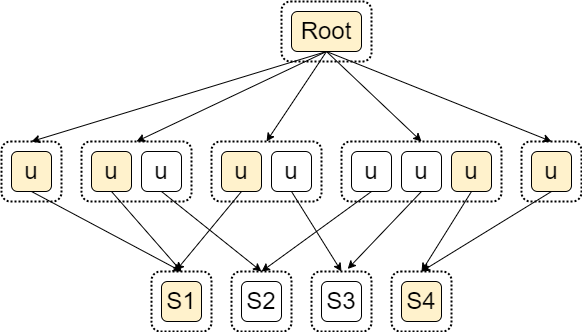
Before: blog/img/egraph-extraction.png, a diagram exported from draw.io (yihozhang/yihozhang.github.io). Source tidied: cells renumbered, new cells last; positions are measured from the earlier drawing's top-left corner, leaving out a move shared by most shapes.
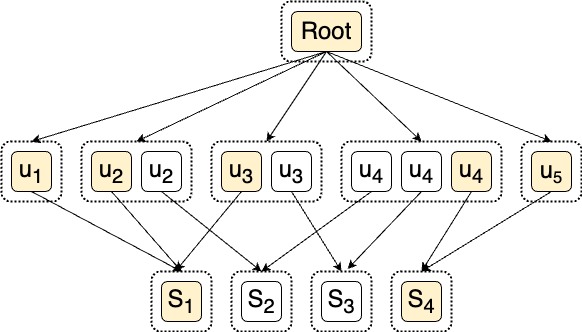
The same diagram one commit later.

Diff of the diagram source:
```diff
@@ -5,25 +5,25 @@
     <mxCell id="2" style="rounded=1;whiteSpace=wrap;html=1;fillColor=none;dashed=1;dashPattern=1 1;strokeWidth=2;" parent="1" vertex="1">
       <mxGeometry x="150" y="270" width="60" height="60" as="geometry" />
     </mxCell>
-    <mxCell id="3" value="S1" style="rounded=1;whiteSpace=wrap;html=1;fontSize=24;verticalAlign=middle;fillColor=#FFF2CC;" parent="1" vertex="1">
+    <mxCell id="3" value="S&lt;sub&gt;1&lt;/sub&gt;" style="rounded=1;whiteSpace=wrap;html=1;fontSize=24;verticalAlign=middle;fillColor=#FFF2CC;" parent="1" vertex="1">
       <mxGeometry x="160" y="280" width="40" height="40" as="geometry" />
     </mxCell>
     <mxCell id="4" style="rounded=1;whiteSpace=wrap;html=1;fillColor=none;dashed=1;dashPattern=1 1;strokeWidth=2;" parent="1" vertex="1">
       <mxGeometry x="230" y="270" width="60" height="60" as="geometry" />
     </mxCell>
-    <mxCell id="5" value="S2" style="rounded=1;whiteSpace=wrap;html=1;fontSize=24;verticalAlign=middle;" parent="1" vertex="1">
+    <mxCell id="5" value="S&lt;sub&gt;2&lt;/sub&gt;" style="rounded=1;whiteSpace=wrap;html=1;fontSize=24;verticalAlign=middle;" parent="1" vertex="1">
       <mxGeometry x="240" y="280" width="40" height="40" as="geometry" />
     </mxCell>
     <mxCell id="6" style="rounded=1;whiteSpace=wrap;html=1;fillColor=none;dashed=1;dashPattern=1 1;strokeWidth=2;" parent="1" vertex="1">
       <mxGeometry x="310" y="270" width="60" height="60" as="geometry" />
     </mxCell>
-    <mxCell id="7" value="S3" style="rounded=1;whiteSpace=wrap;html=1;fontSize=24;verticalAlign=middle;" parent="1" vertex="1">
+    <mxCell id="7" value="S&lt;sub&gt;3&lt;/sub&gt;" style="rounded=1;whiteSpace=wrap;html=1;fontSize=24;verticalAlign=middle;" parent="1" vertex="1">
       <mxGeometry x="320" y="280" width="40" height="40" as="geometry" />
     </mxCell>
     <mxCell id="8" style="rounded=1;whiteSpace=wrap;html=1;fillColor=none;dashed=1;dashPattern=1 1;strokeWidth=2;" parent="1" vertex="1">
       <mxGeometry x="390" y="270" width="60" height="60" as="geometry" />
     </mxCell>
-    <mxCell id="9" value="S4" style="rounded=1;whiteSpace=wrap;html=1;fontSize=24;verticalAlign=middle;fillColor=#FFF2CC;" parent="1" vertex="1">
+    <mxCell id="9" value="S&lt;sub&gt;4&lt;/sub&gt;" style="rounded=1;whiteSpace=wrap;html=1;fontSize=24;verticalAlign=middle;fillColor=#FFF2CC;" parent="1" vertex="1">
       <mxGeometry x="400" y="280" width="40" height="40" as="geometry" />
     </mxCell>
     <mxCell id="10" style="rounded=1;whiteSpace=wrap;html=1;fillColor=none;dashed=1;dashPattern=1 1;strokeWidth=2;" parent="1" vertex="1">
@@ -32,7 +32,7 @@
     <mxCell id="11" style="rounded=0;jettySize=auto;html=1;exitX=0.5;exitY=1;exitDx=0;exitDy=0;entryX=0.5;entryY=0;entryDx=0;entryDy=0;" parent="1" edge="1" source="12" target="2">
       <mxGeometry relative="1" as="geometry" />
     </mxCell>
-    <mxCell id="12" value="u" style="rounded=1;whiteSpace=wrap;html=1;fontSize=24;verticalAlign=middle;fillColor=#FFF2CC;" parent="1" vertex="1">
+    <mxCell id="12" value="u&lt;sub&gt;1&lt;/sub&gt;" style="rounded=1;whiteSpace=wrap;html=1;fontSize=24;verticalAlign=middle;fillColor=#FFF2CC;" parent="1" vertex="1">
       <mxGeometry x="10" y="150" width="40" height="40" as="geometry" />
     </mxCell>
     <mxCell id="13" style="rounded=1;whiteSpace=wrap;html=1;fillColor=none;dashed=1;dashPattern=1 1;strokeWidth=2;" parent="1" vertex="1">
@@ -41,7 +41,7 @@
     <mxCell id="14" style="rounded=0;jettySize=auto;html=1;exitX=0.5;exitY=1;exitDx=0;exitDy=0;entryX=0.5;entryY=0;entryDx=0;entryDy=0;" parent="1" edge="1" source="15" target="2">
       <mxGeometry relative="1" as="geometry" />
     </mxCell>
-    <mxCell id="15" value="u" style="rounded=1;whiteSpace=wrap;html=1;fontSize=24;verticalAlign=middle;fillColor=#FFF2CC;" parent="1" vertex="1">
+    <mxCell id="15" value="u&lt;sub&gt;2&lt;/sub&gt;" style="rounded=1;whiteSpace=wrap;html=1;fontSize=24;verticalAlign=middle;fillColor=#FFF2CC;" parent="1" vertex="1">
       <mxGeometry x="90" y="150" width="40" height="40" as="geometry" />
     </mxCell>
     <mxCell id="16" style="rounded=1;whiteSpace=wrap;html=1;fillColor=none;dashed=1;dashPattern=1 1;strokeWidth=2;" parent="1" vertex="1">
@@ -50,7 +50,7 @@
     <mxCell id="17" style="rounded=0;jettySize=auto;html=1;exitX=0.5;exitY=1;exitDx=0;exitDy=0;entryX=0.408;entryY=-0.014;entryDx=0;entryDy=0;entryPerimeter=0;" parent="1" edge="1" source="18" target="2">
       <mxGeometry relative="1" as="geometry" />
     </mxCell>
-    <mxCell id="18" value="u" style="rounded=1;whiteSpace=wrap;html=1;fontSize=24;verticalAlign=middle;fillColor=#FFF2CC;" parent="1" vertex="1">
+    <mxCell id="18" value="u&lt;sub&gt;3&lt;/sub&gt;" style="rounded=1;whiteSpace=wrap;html=1;fontSize=24;verticalAlign=middle;fillColor=#FFF2CC;" parent="1" vertex="1">
       <mxGeometry x="220" y="150" width="40" height="40" as="geometry" />
     </mxCell>
     <mxCell id="19" style="rounded=1;whiteSpace=wrap;html=1;fillColor=none;dashed=1;dashPattern=1 1;strokeWidth=2;" parent="1" vertex="1">
@@ -59,7 +59,7 @@
     <mxCell id="20" style="edgeStyle=none;rounded=0;jettySize=auto;html=1;exitX=0.5;exitY=1;exitDx=0;exitDy=0;entryX=0.5;entryY=0;entryDx=0;entryDy=0;" parent="1" edge="1" source="21" target="4">
       <mxGeometry relative="1" as="geometry" />
     </mxCell>
-    <mxCell id="21" value="u" style="rounded=1;whiteSpace=wrap;html=1;fontSize=24;verticalAlign=middle;" parent="1" vertex="1">
+    <mxCell id="21" value="u&lt;sub&gt;4&lt;/sub&gt;" style="rounded=1;whiteSpace=wrap;html=1;fontSize=24;verticalAlign=middle;" parent="1" vertex="1">
       <mxGeometry x="350" y="150" width="40" height="40" as="geometry" />
     </mxCell>
     <mxCell id="22" style="rounded=1;whiteSpace=wrap;html=1;fillColor=none;dashed=1;dashPattern=1 1;strokeWidth=2;" parent="1" vertex="1">
@@ -68,31 +68,31 @@
     <mxCell id="23" style="edgeStyle=none;rounded=0;jettySize=auto;html=1;exitX=0.5;exitY=1;exitDx=0;exitDy=0;entryX=0.5;entryY=0;entryDx=0;entryDy=0;" parent="1" edge="1" source="24" target="8">
       <mxGeometry relative="1" as="geometry" />
     </mxCell>
-    <mxCell id="24" value="u" style="rounded=1;whiteSpace=wrap;html=1;fontSize=24;verticalAlign=middle;fillColor=#FFF2CC;" parent="1" vertex="1">
+    <mxCell id="24" value="u&lt;span style=&quot;font-size: 20px;&quot;&gt;&lt;sub&gt;5&lt;/sub&gt;&lt;/span&gt;" style="rounded=1;whiteSpace=wrap;html=1;fontSize=24;verticalAlign=middle;fillColor=#FFF2CC;" parent="1" vertex="1">
       <mxGeometry x="530" y="150" width="40" height="40" as="geometry" />
     </mxCell>
     <mxCell id="25" style="rounded=0;jettySize=auto;html=1;exitX=0.5;exitY=1;exitDx=0;exitDy=0;entryX=0.5;entryY=0;entryDx=0;entryDy=0;" parent="1" edge="1" source="26" target="4">
       <mxGeometry relative="1" as="geometry" />
     </mxCell>
-    <mxCell id="26" value="u" style="rounded=1;whiteSpace=wrap;html=1;fontSize=24;verticalAlign=middle;" parent="1" vertex="1">
+    <mxCell id="26" value="u&lt;sub style=&quot;border-color: var(--border-color);&quot;&gt;2&lt;/sub&gt;" style="rounded=1;whiteSpace=wrap;html=1;fontSize=24;verticalAlign=middle;" parent="1" vertex="1">
       <mxGeometry x="140" y="150" width="40" height="40" as="geometry" />
     </mxCell>
     <mxCell id="27" style="edgeStyle=none;rounded=0;jettySize=auto;html=1;exitX=0.5;exitY=1;exitDx=0;exitDy=0;entryX=0.5;entryY=0;entryDx=0;entryDy=0;" parent="1" edge="1" source="28" target="6">
       <mxGeometry relative="1" as="geometry" />
     </mxCell>
-    <mxCell id="28" value="u" style="rounded=1;whiteSpace=wrap;html=1;fontSize=24;verticalAlign=middle;" parent="1" vertex="1">
+    <mxCell id="28" value="u&lt;sub style=&quot;border-color: var(--border-color);&quot;&gt;3&lt;/sub&gt;" style="rounded=1;whiteSpace=wrap;html=1;fontSize=24;verticalAlign=middle;" parent="1" vertex="1">
       <mxGeometry x="270" y="150" width="40" height="40" as="geometry" />
     </mxCell>
     <mxCell id="29" style="edgeStyle=none;rounded=0;jettySize=auto;html=1;exitX=0.5;exitY=1;exitDx=0;exitDy=0;entryX=0.603;entryY=-0.042;entryDx=0;entryDy=0;entryPerimeter=0;" parent="1" edge="1" source="30" target="6">
       <mxGeometry relative="1" as="geometry" />
     </mxCell>
-    <mxCell id="30" value="u" style="rounded=1;whiteSpace=wrap;html=1;fontSize=24;verticalAlign=middle;" parent="1" vertex="1">
+    <mxCell id="30" value="u&lt;sub style=&quot;border-color: var(--border-color);&quot;&gt;4&lt;/sub&gt;" style="rounded=1;whiteSpace=wrap;html=1;fontSize=24;verticalAlign=middle;" parent="1" vertex="1">
       <mxGeometry x="400" y="150" width="40" height="40" as="geometry" />
     </mxCell>
     <mxCell id="31" style="edgeStyle=none;rounded=0;jettySize=auto;html=1;exitX=0.5;exitY=1;exitDx=0;exitDy=0;entryX=0.5;entryY=0;entryDx=0;entryDy=0;" parent="1" edge="1" source="32" target="8">
       <mxGeometry relative="1" as="geometry" />
     </mxCell>
-    <mxCell id="32" value="u" style="rounded=1;whiteSpace=wrap;html=1;fontSize=24;verticalAlign=middle;fillColor=#FFF2CC;" parent="1" vertex="1">
+    <mxCell id="32" value="u&lt;sub style=&quot;border-color: var(--border-color);&quot;&gt;4&lt;/sub&gt;" style="rounded=1;whiteSpace=wrap;html=1;fontSize=24;verticalAlign=middle;fillColor=#FFF2CC;" parent="1" vertex="1">
       <mxGeometry x="450" y="150" width="40" height="40" as="geometry" />
     </mxCell>
     <mxCell id="33" style="rounded=1;whiteSpace=wrap;html=1;fillColor=none;dashed=1;dashPattern=1 1;strokeWidth=2;" parent="1" vertex="1">
```
